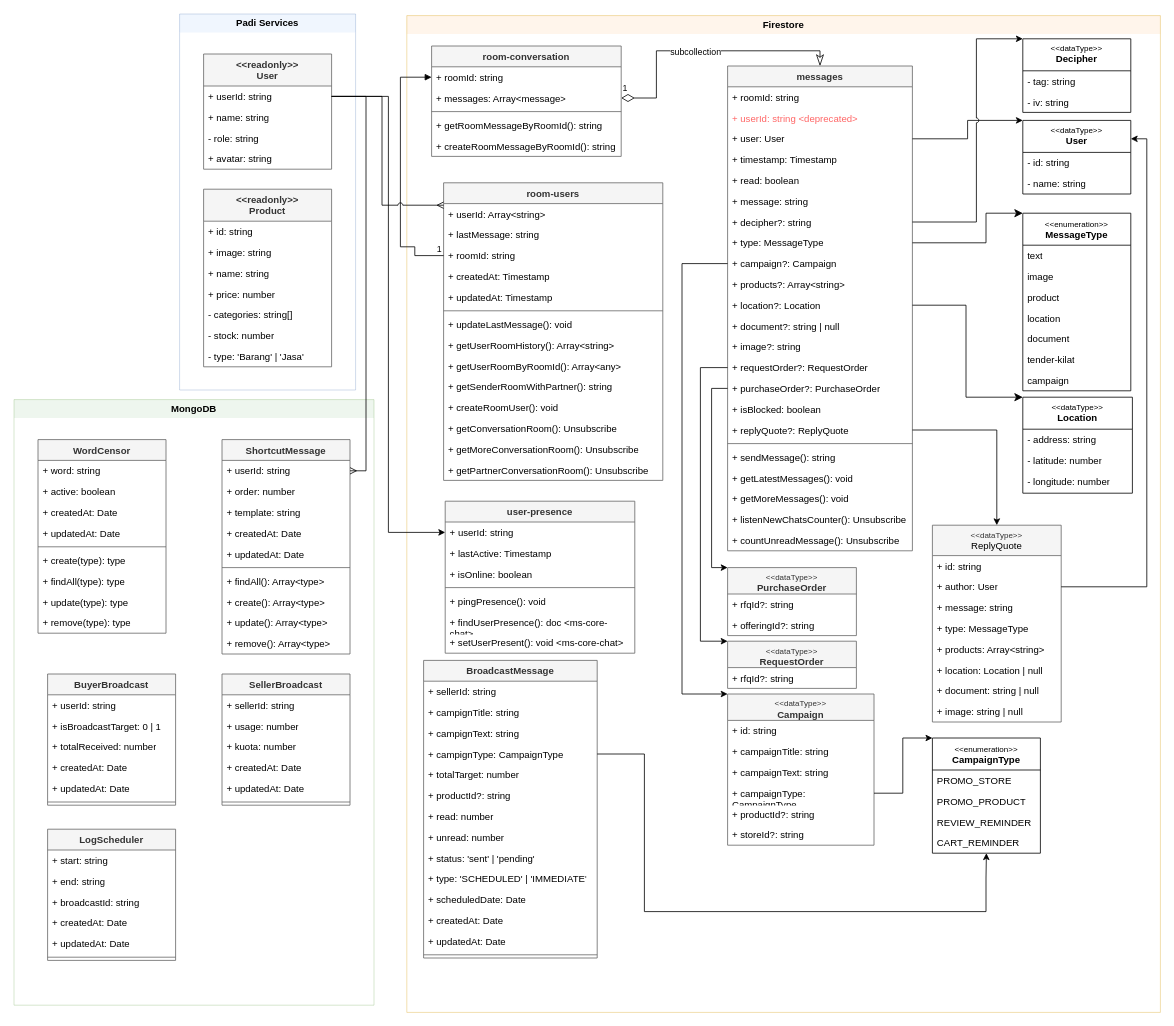
The draw.io diagram page "Class Diagram" (3 of 8) of System Design Padi Chat.drawio in yogiprsetya/app.diagrams.net, before the edit. Source tidied: cells renumbered, new cells numbered last; positions are measured from the earlier drawing's top-left corner, leaving out a move shared by most shapes. Both pictures are drawn from the tidied source at 80%, with x=0, y=0 at pixel (14, 14).
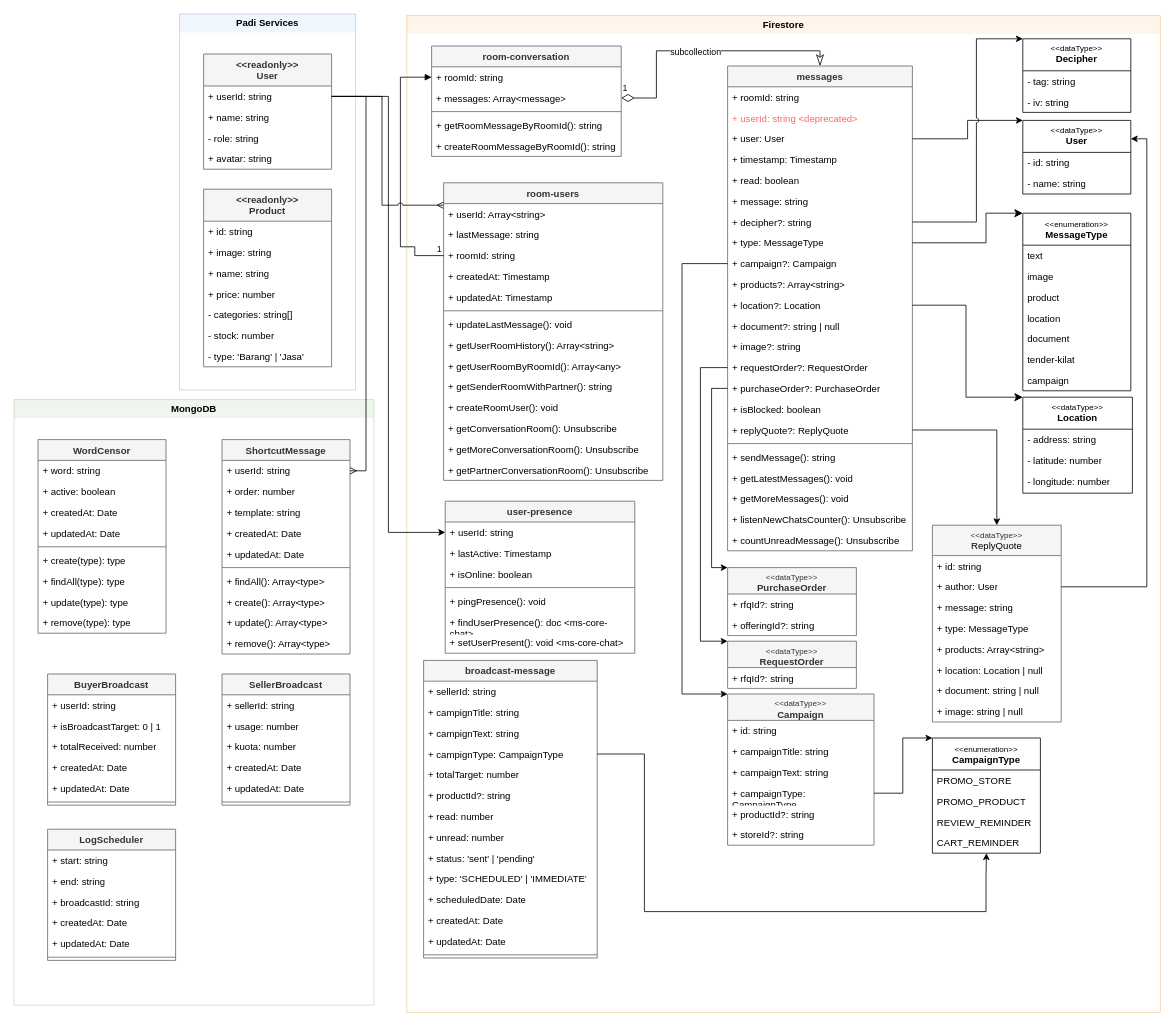
The same diagram, later.

Unchanged cells that the change refers to:
```xml
<mxCell id="2" value="Firestore" style="swimlane;whiteSpace=wrap;html=1;fillColor=#ffe6cc;strokeColor=#d79b00;swimlaneLine=0;opacity=40;" parent="1" vertex="1">
  <mxGeometry x="491" y="2" width="942" height="1246" as="geometry" />
</mxCell>
```

Change to the diagram source:
```diff
@@
-    <mxCell id="90" value="BroadcastMessage" style="swimlane;fontStyle=1;align=center;verticalAlign=top;horizontal=1;startSize=26;whiteSpace=wrap;html=1;fillColor=#f5f5f5;fontColor=#333333;strokeColor=#666666;" parent="2" vertex="1">
+    <mxCell id="90" value="broadcast-message" style="swimlane;fontStyle=1;align=center;verticalAlign=top;horizontal=1;startSize=26;whiteSpace=wrap;html=1;fillColor=#f5f5f5;fontColor=#333333;strokeColor=#666666;" parent="2" vertex="1">
       <mxGeometry x="21" y="806" width="217" height="372" as="geometry" />
     </mxCell>
```
